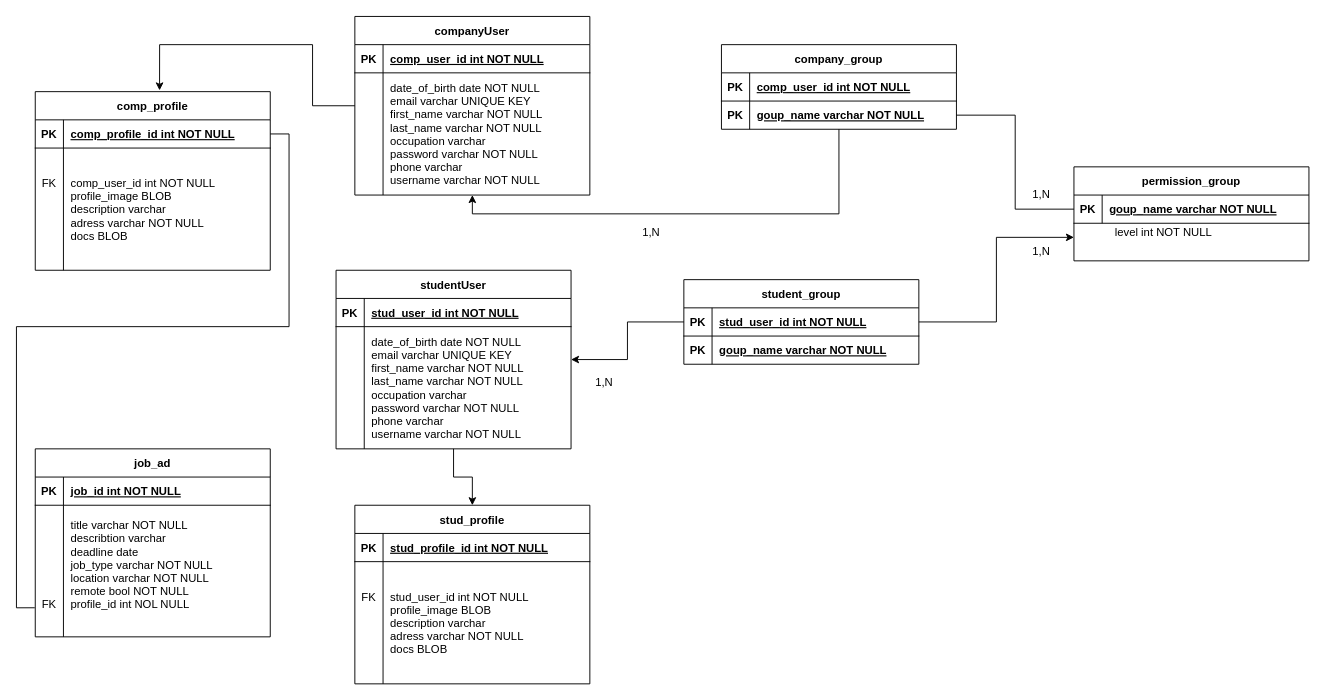
Before: page "Logisch" (1 of 2) of doc/diagram/ERDiagram.drawio in KlaraGolubovic/SE02, a draw.io diagram. Source tidied: cells renumbered, new cells numbered last; positions are measured from the earlier drawing's top-left corner, leaving out a move shared by most shapes. Both pictures are drawn from the tidied source at 94%, with x=0, y=0 at pixel (35, 16).
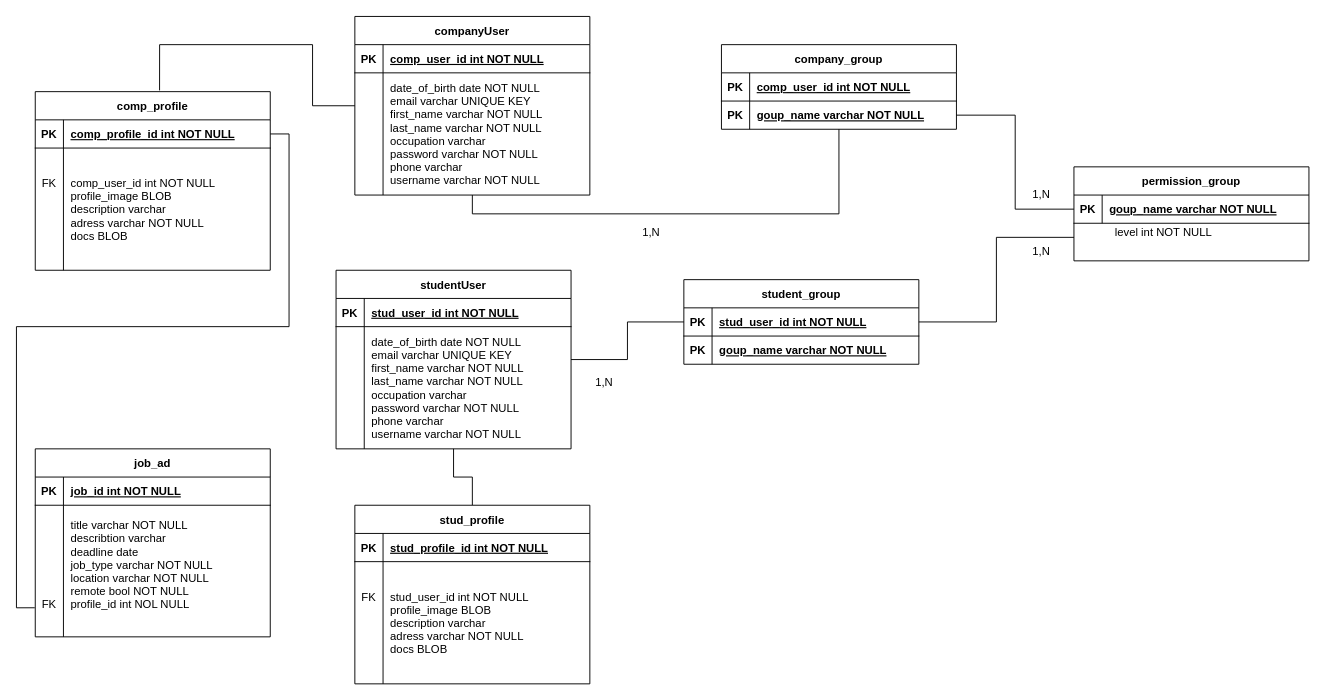
The same diagram, later.

The change refers to these unchanged cells:
```xml
<mxCell id="3" value="company_group" style="shape=table;startSize=30;childLayout=tableLayout;rowLines=0;fontStyle=1;align=center;" parent="1" vertex="1">
  <mxGeometry x="730" y="30" width="250" height="90" as="geometry" />
</mxCell>
<mxCell id="10" value="permission_group" style="shape=table;startSize=30;childLayout=tableLayout;rowLines=0;fontStyle=1;align=center;" parent="1" vertex="1">
  <mxGeometry x="1105" y="160" width="250" height="100" as="geometry" />
</mxCell>
<mxCell id="21" value="comp_profile" style="shape=table;startSize=30;childLayout=tableLayout;rowLines=0;fontStyle=1;align=center;" parent="1" vertex="1">
  <mxGeometry y="80" width="250" height="190" as="geometry" />
</mxCell>
<mxCell id="34" value="studentUser" style="shape=table;startSize=30;childLayout=tableLayout;rowLines=0;fontStyle=1;align=center;" parent="1" vertex="1">
  <mxGeometry x="320" y="270" width="250" height="190" as="geometry" />
</mxCell>
<mxCell id="42" value="companyUser" style="shape=table;startSize=30;childLayout=tableLayout;rowLines=0;fontStyle=1;align=center;" parent="1" vertex="1">
  <mxGeometry x="340" width="250" height="190" as="geometry" />
</mxCell>
<mxCell id="49" value="stud_profile" style="shape=table;startSize=30;childLayout=tableLayout;rowLines=0;fontStyle=1;align=center;" parent="1" vertex="1">
  <mxGeometry x="340" y="520" width="250" height="190" as="geometry" />
</mxCell>
<mxCell id="58" value="student_group" style="shape=table;startSize=30;childLayout=tableLayout;rowLines=0;fontStyle=1;align=center;" parent="1" vertex="1">
  <mxGeometry x="690" y="280" width="250" height="90" as="geometry" />
</mxCell>
```

Change to the diagram source:
```diff
@@
-    <mxCell id="2" style="edgeStyle=orthogonalEdgeStyle;rounded=0;jettySize=auto;html=1;" parent="1" edge="1" source="3" target="42">
+    <mxCell id="2" style="edgeStyle=orthogonalEdgeStyle;rounded=0;jettySize=auto;html=1;endArrow=none;endFill=0;" parent="1" edge="1" source="3" target="42">
       <mxGeometry relative="1" as="geometry">
         <Array as="points">
           <mxPoint x="855" y="210" />
           <mxPoint x="465" y="210" />
         </Array>
       </mxGeometry>
     </mxCell>
@@
-    <mxCell id="33" style="edgeStyle=orthogonalEdgeStyle;rounded=0;jettySize=auto;html=1;" parent="1" edge="1" source="34" target="49">
+    <mxCell id="33" style="edgeStyle=orthogonalEdgeStyle;rounded=0;jettySize=auto;html=1;endArrow=none;endFill=0;" parent="1" edge="1" source="34" target="49">
       <mxGeometry relative="1" as="geometry" />
     </mxCell>
@@
-    <mxCell id="41" style="edgeStyle=orthogonalEdgeStyle;rounded=0;jettySize=auto;html=1;entryX=0.529;entryY=-0.007;entryDx=0;entryDy=0;entryPerimeter=0;" parent="1" edge="1" source="42" target="21">
+    <mxCell id="41" style="edgeStyle=orthogonalEdgeStyle;rounded=0;jettySize=auto;html=1;entryX=0.529;entryY=-0.007;entryDx=0;entryDy=0;entryPerimeter=0;endArrow=none;endFill=0;" parent="1" edge="1" source="42" target="21">
       <mxGeometry relative="1" as="geometry">
         <Array as="points">
           <mxPoint x="295" y="95" />
           <mxPoint x="295" y="30" />
           <mxPoint x="132" y="30" />
         </Array>
       </mxGeometry>
     </mxCell>
@@
-    <mxCell id="56" style="edgeStyle=orthogonalEdgeStyle;rounded=0;jettySize=auto;html=1;entryX=0;entryY=0.75;entryDx=0;entryDy=0;" parent="1" edge="1" source="58" target="10">
+    <mxCell id="56" style="edgeStyle=orthogonalEdgeStyle;rounded=0;jettySize=auto;html=1;entryX=0;entryY=0.75;entryDx=0;entryDy=0;endArrow=none;endFill=0;" parent="1" edge="1" source="58" target="10">
       <mxGeometry relative="1" as="geometry" />
     </mxCell>
-    <mxCell id="57" style="edgeStyle=orthogonalEdgeStyle;rounded=0;jettySize=auto;html=1;" parent="1" edge="1" source="58" target="34">
+    <mxCell id="57" style="edgeStyle=orthogonalEdgeStyle;rounded=0;jettySize=auto;html=1;endArrow=none;endFill=0;" parent="1" edge="1" source="58" target="34">
       <mxGeometry relative="1" as="geometry" />
     </mxCell>
```
